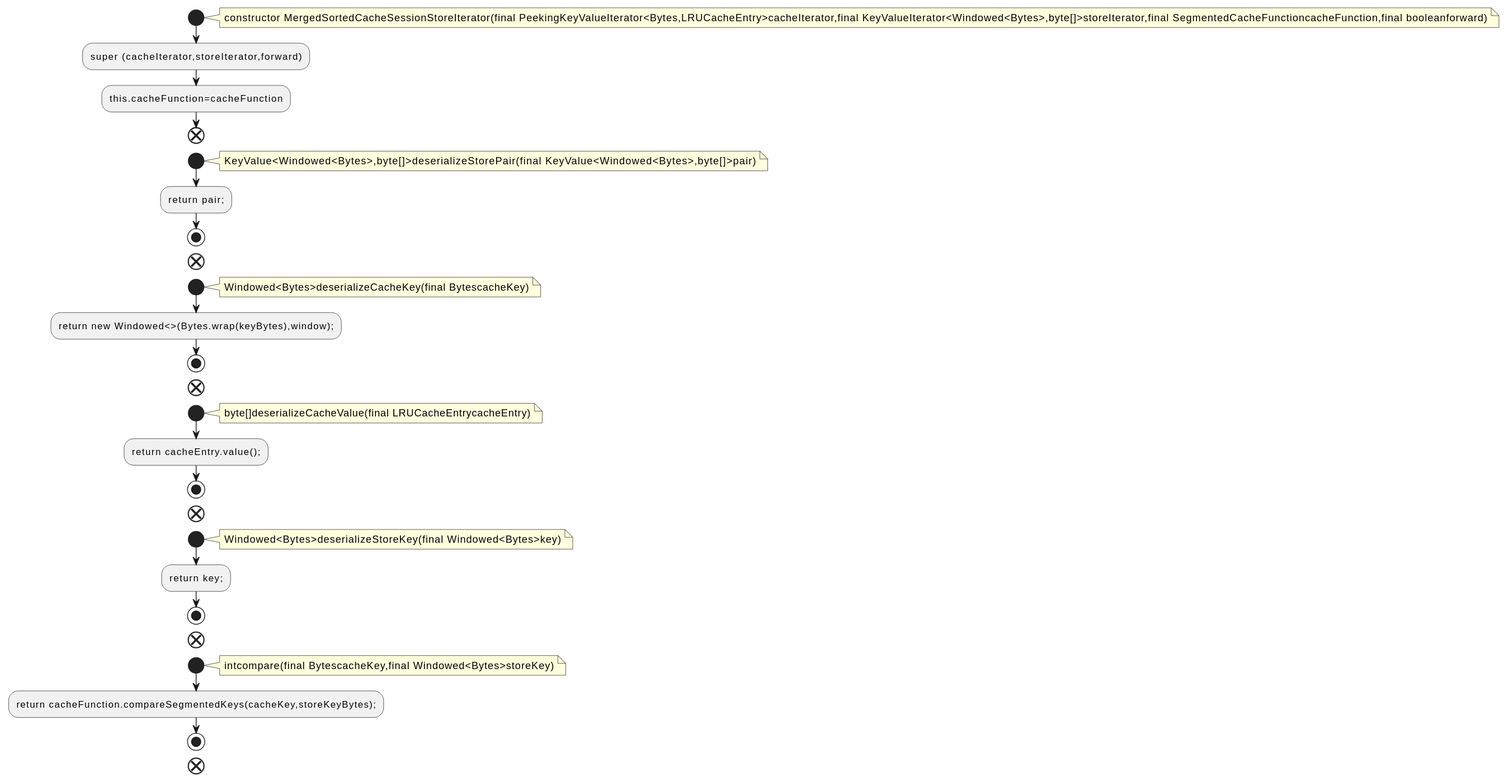
Before: docs/qc/streams/src/main/java/org/apache/kafka/streams/state/internals/MergedSortedCacheSessionStoreIterator.java.fct.svg, a diagram exported from PlantUML (qualitesys/kafka).
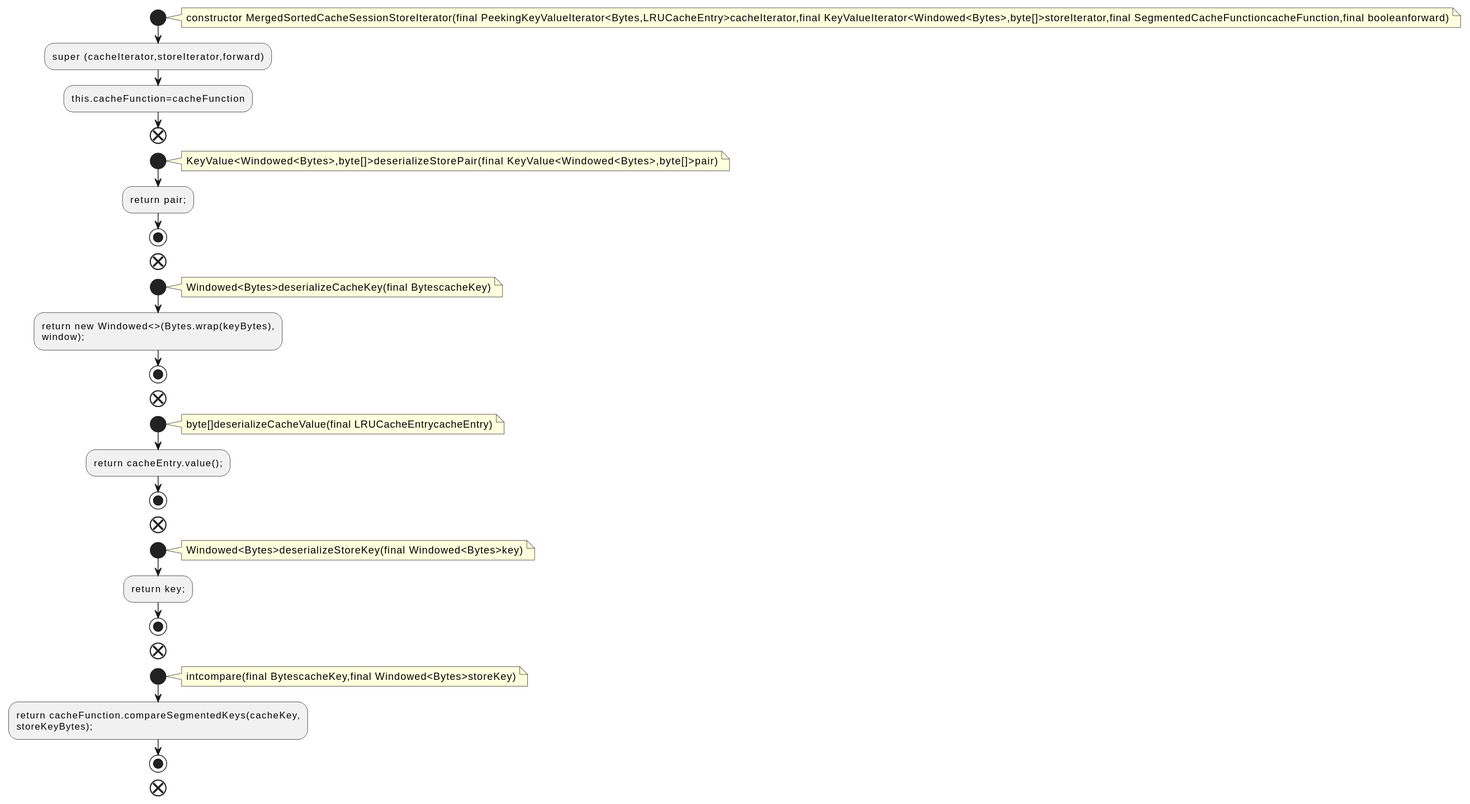
The same diagram one commit later.

What changed in the source:
```diff
@@ -18,7 +18,8 @@
 note right
 Windowed<Bytes>deserializeCacheKey(final BytescacheKey)
 end note
-:return new Windowed<>(Bytes.wrap(keyBytes),window);;
+:return new Windowed<>(Bytes.wrap(keyBytes),
+window);;
 stop
 end
 start
@@ -39,7 +40,8 @@
 note right
 intcompare(final BytescacheKey,final Windowed<Bytes>storeKey)
 end note
-:return cacheFunction.compareSegmentedKeys(cacheKey,storeKeyBytes);;
+:return cacheFunction.compareSegmentedKeys(cacheKey,
+storeKeyBytes);;
 stop
 end
 @enduml
```
